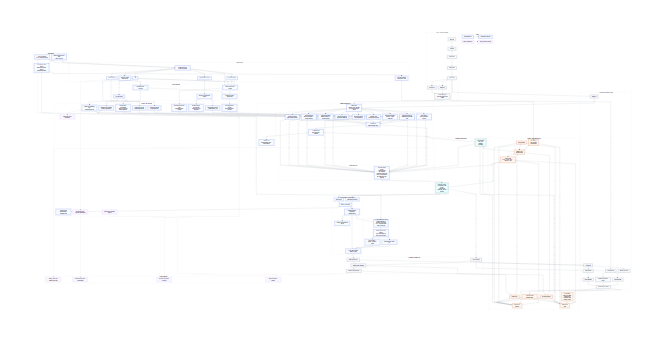
Above: docs/architecture/truthlens-architecture-blueprint.png in pt2710/TruthLens (Mermaid), before the change. Its source is kept beside it as docs/architecture/truthlens-architecture-blueprint.mmd.
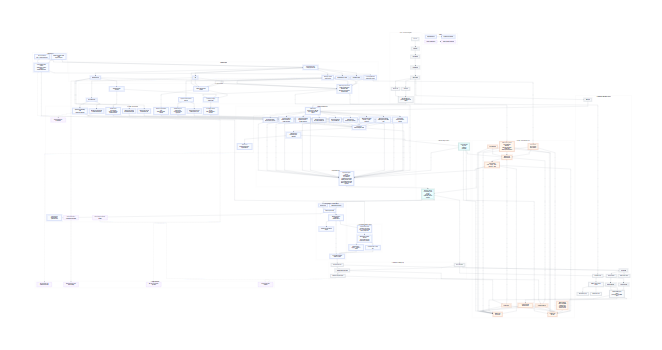
After the commit.

Change to the diagram source:
```diff
@@ -82,9 +82,10 @@
   vision_features["Thumbnail feature extraction"]
   metadata_features["Handcrafted metadata features"]
   history_features["Sequence-summary history features"]
+  bseo_frames["BSEO interpretation frames<br/>positive / negative priors<br/>Thumbnail / Title / Description / Transcription / Channel / Other"]
   packaging_features["Combined packaging feature matrix"]
 end
-class text_features,vision_features,metadata_features,history_features,packaging_features implemented
+class text_features,vision_features,metadata_features,history_features,bseo_frames,packaging_features implemented
 
 title --> text_features
 thumb --> vision_features
@@ -93,6 +94,13 @@
 desc --> metadata_features
 caps --> metadata_features
 channel --> history_features
+bseo_frames --> packaging_features
+title --> bseo_frames
+thumb --> bseo_frames
+desc --> bseo_frames
+caps --> bseo_frames
+channel --> bseo_frames
+prefs --> bseo_frames
 vision_features --> packaging_features
 metadata_features --> packaging_features
 
@@ -186,25 +194,30 @@
 
 subgraph policy["8. Policy + Personalization Layer"]
   base_thresholds["Base thresholds"]
+  bseo_control["BSEO control genome<br/>class-conditioned thresholds<br/>mismatch dampening / amplification<br/>channel-prior temperature"]
   feedback_bias["Feedback bias"]
   bandit_offsets["Contextual-bandit threshold offsets"]
   channel_bias["Channel-specific bias"]
   user_bias["User strictness<br/>prior corrections<br/>muted channels"]
   threshold_mode["Runtime mode<br/>threshold-default"]
-  shadow_mode["Runtime mode<br/>rl-shadow"]
-  live_mode["Runtime mode<br/>rl-live"]
-  guardrails["RL guardrails<br/>artifact compatibility<br/>confidence floor<br/>uncertainty ceiling<br/>staleness checks"]
+  shadow_mode["Runtime mode<br/>bseo-shadow"]
+  live_mode["Runtime mode<br/>bseo-live"]
+  guardrails["BSEO guardrails<br/>artifact compatibility<br/>confidence floor<br/>uncertainty ceiling<br/>staleness checks"]
   action_map["Action mapping<br/>none → badge → blur → ask-report → hide"]
 end
-class base_thresholds,feedback_bias,bandit_offsets,channel_bias,user_bias,threshold_mode,shadow_mode,live_mode,guardrails,action_map emphasis
+class base_thresholds,bseo_control,feedback_bias,bandit_offsets,channel_bias,user_bias,threshold_mode,shadow_mode,live_mode,guardrails,action_map emphasis
 
 model_signal --> threshold_mode
 model_signal --> shadow_mode
 model_signal --> live_mode
+bseo_frames --> bseo_control
 prefs --> user_bias
 base_thresholds --> threshold_mode
 base_thresholds --> shadow_mode
 base_thresholds --> live_mode
+bseo_control --> threshold_mode
+bseo_control --> shadow_mode
+bseo_control --> live_mode
 feedback_bias --> threshold_mode
 feedback_bias --> shadow_mode
 feedback_bias --> live_mode
@@ -223,7 +236,7 @@
 action_map --> score_contract
 
 subgraph explain["9. Explanation Layer"]
-  explainer["Explanation engine<br/>reasons<br/>evidence buckets<br/>top contributors<br/>counterfactual summaries<br/>music-aware adjustments<br/>RL override note when applicable"]
+  explainer["Explanation engine<br/>reasons<br/>evidence buckets<br/>top contributors<br/>counterfactual summaries<br/>BSEO parameter frames<br/>class-conditioned guardrails<br/>BSEO override note when applicable"]
 end
 class explainer implemented
 
@@ -237,6 +250,7 @@
 history_head_lstm --> explainer
 anomaly_head --> explainer
 fusion_head --> explainer
+bseo_frames --> explainer
 action_map --> explainer
 model_signal --> explainer
 explainer --> score_contract
@@ -298,12 +312,14 @@
   policy_derivation["Policy derivation"]
   bellman["Bellman state values"]
   replay["Replay simulation"]
-  evolution["Evolutionary threshold search"]
+  bseo_search["BSEO control-genome search"]
+  lineage["Mutation lineage log"]
+  atlas["Mutation-bias atlas"]
   bandit["Contextual bandit"]
-  rl_artifact["Runtime RL policy artifact"]
+  policy_artifact["Runtime BSEO policy artifact<br/>plus rl-policy compatibility export"]
   drift["Drift report"]
 end
-class threshold_sweep,qtable,policy_derivation,bellman,replay,evolution,bandit,rl_artifact,drift supporting
+class threshold_sweep,qtable,policy_derivation,bellman,replay,bseo_search,lineage,atlas,bandit,policy_artifact,drift supporting
 
 split --> threshold_sweep
 split --> drift
@@ -313,14 +329,16 @@
 qtable --> policy_derivation
 qtable --> bellman
 policy_derivation --> replay
-threshold_sweep --> evolution
+threshold_sweep --> bseo_search
 threshold_sweep --> bandit
-replay --> rl_artifact
-evolution --> rl_artifact
-bandit --> rl_artifact
-rl_artifact --> shadow_mode
-rl_artifact --> live_mode
-rl_artifact --> bandit_offsets
+bseo_search --> lineage
+bseo_search --> atlas
+replay --> policy_artifact
+bseo_search --> policy_artifact
+bandit --> policy_artifact
+policy_artifact --> shadow_mode
+policy_artifact --> live_mode
+policy_artifact --> bandit_offsets
 drift --> trainer
 
 subgraph future_stack["14. Future Extensions"]
```
